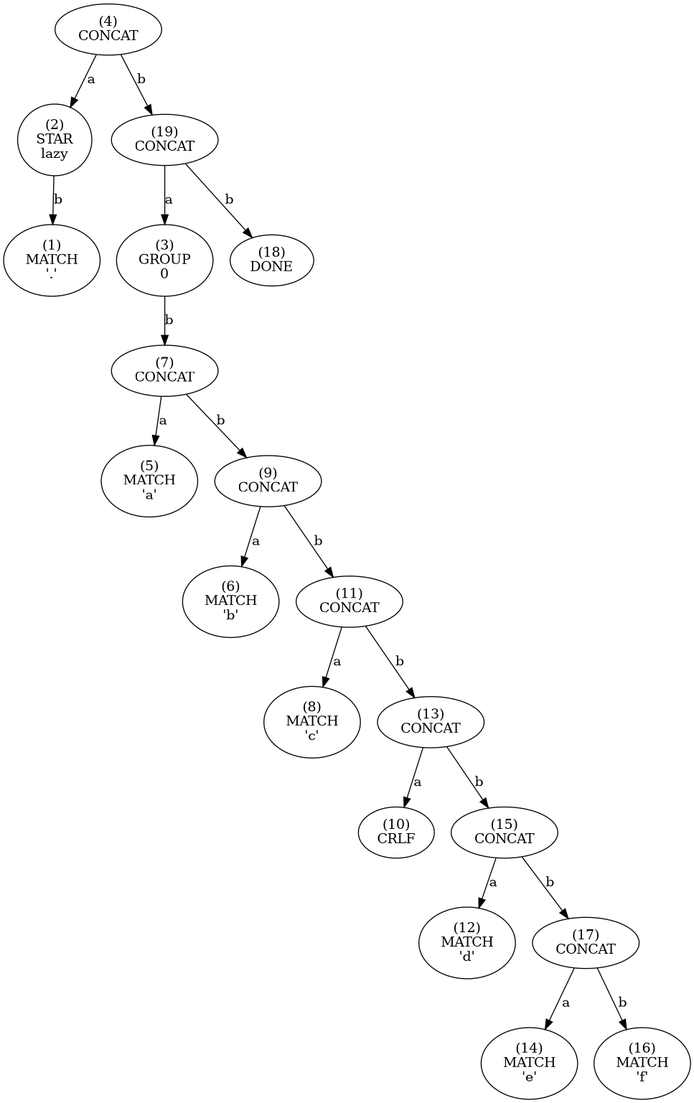
Earlier version of the Graphviz export tree.png (essele/rele). Its source is kept beside it as tree.dot.
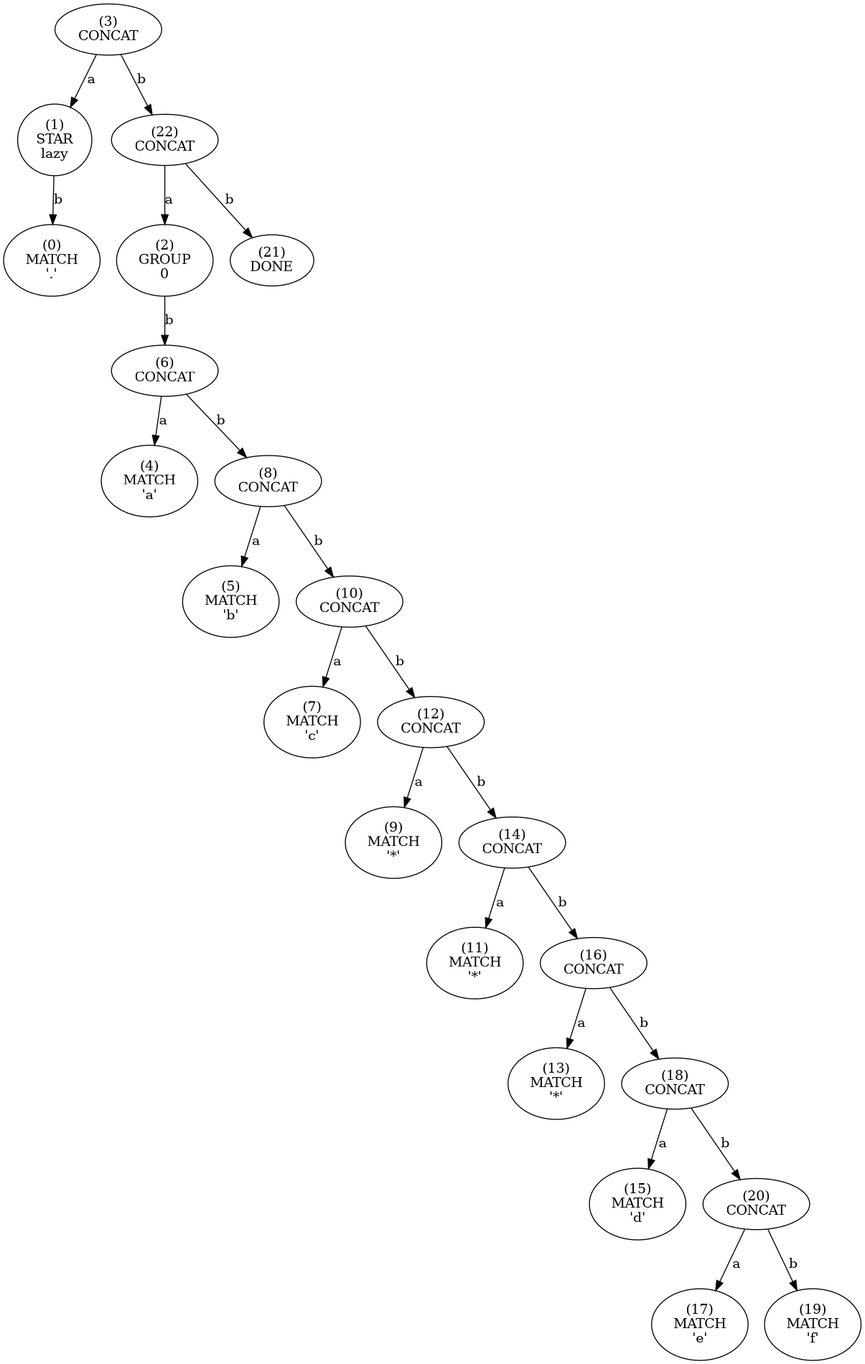
After the change.

The edit, as a diff of the source:
```diff
@@ -1,77 +1,93 @@
 digraph tree {
-    n0xb965b7ba1330 [label="(4)
+    n0xc816e7fb4330 [label="(3)
 CONCAT
 "];
-    n0xb965b7ba1330 -> n0xb965b7ba12f0 [label="a"];
-    n0xb965b7ba12f0 [label="(2)
+    n0xc816e7fb4330 -> n0xc816e7fb42f0 [label="a"];
+    n0xc816e7fb42f0 [label="(1)
 STAR
 lazy"];
-    n0xb965b7ba12f0 -> n0xb965b7ba12d0 [label="b"];
-    n0xb965b7ba12d0 [label="(1)
+    n0xc816e7fb42f0 -> n0xc816e7fb42d0 [label="b"];
+    n0xc816e7fb42d0 [label="(0)
 MATCH
 '.'"];
-    n0xb965b7ba1330 -> n0xb965b7ba1510 [label="b"];
-    n0xb965b7ba1510 [label="(19)
+    n0xc816e7fb4330 -> n0xc816e7fb4590 [label="b"];
+    n0xc816e7fb4590 [label="(22)
 CONCAT
 "];
-    n0xb965b7ba1510 -> n0xb965b7ba1310 [label="a"];
-    n0xb965b7ba1310 [label="(3)
+    n0xc816e7fb4590 -> n0xc816e7fb4310 [label="a"];
+    n0xc816e7fb4310 [label="(2)
 GROUP
 0"];
-    n0xb965b7ba1310 -> n0xb965b7ba1390 [label="b"];
-    n0xb965b7ba1390 [label="(7)
+    n0xc816e7fb4310 -> n0xc816e7fb4390 [label="b"];
+    n0xc816e7fb4390 [label="(6)
 CONCAT
 "];
-    n0xb965b7ba1390 -> n0xb965b7ba1350 [label="a"];
-    n0xb965b7ba1350 [label="(5)
+    n0xc816e7fb4390 -> n0xc816e7fb4350 [label="a"];
+    n0xc816e7fb4350 [label="(4)
 MATCH
 'a'"];
-    n0xb965b7ba1390 -> n0xb965b7ba13d0 [label="b"];
-    n0xb965b7ba13d0 [label="(9)
+    n0xc816e7fb4390 -> n0xc816e7fb43d0 [label="b"];
+    n0xc816e7fb43d0 [label="(8)
 CONCAT
 "];
-    n0xb965b7ba13d0 -> n0xb965b7ba1370 [label="a"];
-    n0xb965b7ba1370 [label="(6)
+    n0xc816e7fb43d0 -> n0xc816e7fb4370 [label="a"];
+    n0xc816e7fb4370 [label="(5)
 MATCH
 'b'"];
-    n0xb965b7ba13d0 -> n0xb965b7ba1410 [label="b"];
-    n0xb965b7ba1410 [label="(11)
+    n0xc816e7fb43d0 -> n0xc816e7fb4410 [label="b"];
+    n0xc816e7fb4410 [label="(10)
 CONCAT
 "];
-    n0xb965b7ba1410 -> n0xb965b7ba13b0 [label="a"];
-    n0xb965b7ba13b0 [label="(8)
+    n0xc816e7fb4410 -> n0xc816e7fb43b0 [label="a"];
+    n0xc816e7fb43b0 [label="(7)
 MATCH
 'c'"];
-    n0xb965b7ba1410 -> n0xb965b7ba1450 [label="b"];
-    n0xb965b7ba1450 [label="(13)
+    n0xc816e7fb4410 -> n0xc816e7fb4450 [label="b"];
+    n0xc816e7fb4450 [label="(12)
 CONCAT
 "];
-    n0xb965b7ba1450 -> n0xb965b7ba13f0 [label="a"];
-    n0xb965b7ba13f0 [label="(10)
-CRLF
-"];
-    n0xb965b7ba1450 -> n0xb965b7ba1490 [label="b"];
-    n0xb965b7ba1490 [label="(15)
+    n0xc816e7fb4450 -> n0xc816e7fb43f0 [label="a"];
+    n0xc816e7fb43f0 [label="(9)
+MATCH
+'*'"];
+    n0xc816e7fb4450 -> n0xc816e7fb4490 [label="b"];
+    n0xc816e7fb4490 [label="(14)
 CONCAT
 "];
-    n0xb965b7ba1490 -> n0xb965b7ba1430 [label="a"];
-    n0xb965b7ba1430 [label="(12)
+    n0xc816e7fb4490 -> n0xc816e7fb4430 [label="a"];
+    n0xc816e7fb4430 [label="(11)
+MATCH
+'*'"];
+    n0xc816e7fb4490 -> n0xc816e7fb44d0 [label="b"];
+    n0xc816e7fb44d0 [label="(16)
+CONCAT
+"];
+    n0xc816e7fb44d0 -> n0xc816e7fb4470 [label="a"];
+    n0xc816e7fb4470 [label="(13)
+MATCH
+'*'"];
+    n0xc816e7fb44d0 -> n0xc816e7fb4510 [label="b"];
+    n0xc816e7fb4510 [label="(18)
+CONCAT
+"];
+    n0xc816e7fb4510 -> n0xc816e7fb44b0 [label="a"];
+    n0xc816e7fb44b0 [label="(15)
 MATCH
 'd'"];
-    n0xb965b7ba1490 -> n0xb965b7ba14d0 [label="b"];
-    n0xb965b7ba14d0 [label="(17)
+    n0xc816e7fb4510 -> n0xc816e7fb4550 [label="b"];
+    n0xc816e7fb4550 [label="(20)
 CONCAT
 "];
-    n0xb965b7ba14d0 -> n0xb965b7ba1470 [label="a"];
-    n0xb965b7ba1470 [label="(14)
+    n0xc816e7fb4550 -> n0xc816e7fb44f0 [label="a"];
+    n0xc816e7fb44f0 [label="(17)
 MATCH
 'e'"];
-    n0xb965b7ba14d0 -> n0xb965b7ba14b0 [label="b"];
-    n0xb965b7ba14b0 [label="(16)
+    n0xc816e7fb4550 -> n0xc816e7fb4530 [label="b"];
+    n0xc816e7fb4530 [label="(19)
 MATCH
 'f'"];
-    n0xb965b7ba1510 -> n0xb965b7ba14f0 [label="b"];
-    n0xb965b7ba14f0 [label="(18)
+    n0xc816e7fb4590 -> n0xc816e7fb4570 [label="b"];
+    n0xc816e7fb4570 [label="(21)
 DONE
 "];
 }
```
